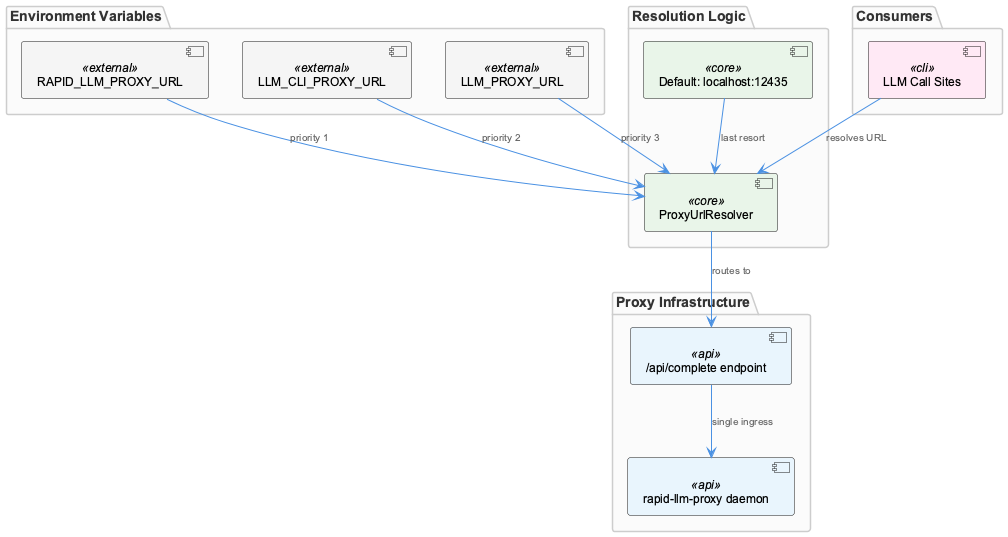
Above: knowledge-management/insights/images/proxy-url-resolver-architecture.png in fwornle/coding (PlantUML), before the change. Its diagram source:
```plantuml
@startuml
!include /Users/Q284340/Agentic/coding/docs/puml/_standard-style.puml

package "Environment Variables" {
  component "RAPID_LLM_PROXY_URL" as rapid <<external>>
  component "LLM_CLI_PROXY_URL" as cli <<external>>
  component "LLM_PROXY_URL" as legacy <<external>>
}

package "Resolution Logic" {
  component "ProxyUrlResolver" as resolver <<core>>
  component "Default: localhost:12435" as fallback <<core>>
}

package "Proxy Infrastructure" {
  component "rapid-llm-proxy daemon" as proxy <<api>>
  component "/api/complete endpoint" as endpoint <<api>>
}

package "Consumers" {
  component "LLM Call Sites" as callsites <<cli>>
}

rapid --> resolver : "priority 1"
cli --> resolver : "priority 2"
legacy --> resolver : "priority 3"
fallback --> resolver : "last resort"

resolver --> endpoint : "routes to"
endpoint --> proxy : "single ingress"
callsites --> resolver : "resolves URL"

@enduml
```
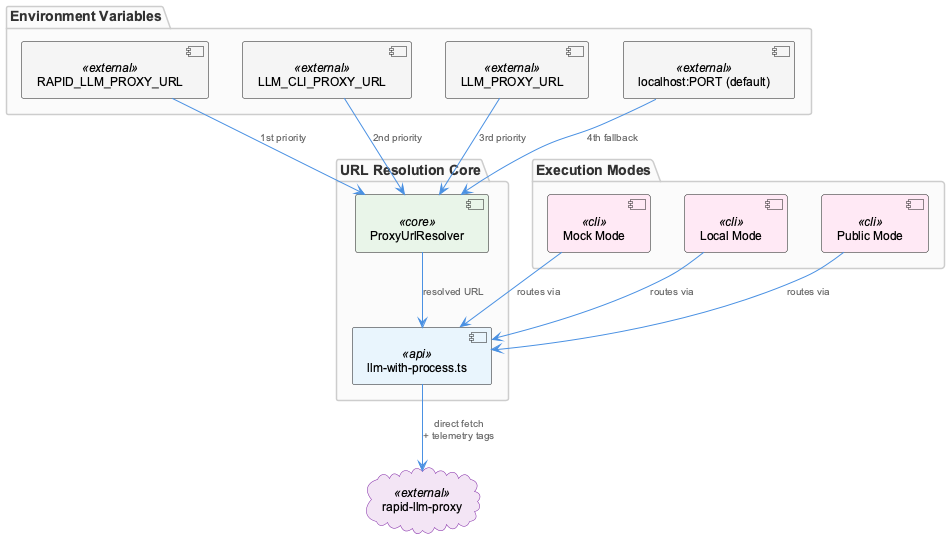
Above is the later version.

Diff of the diagram source:
```diff
@@ -4,30 +4,34 @@
 package "Environment Variables" {
   component "RAPID_LLM_PROXY_URL" as rapid <<external>>
   component "LLM_CLI_PROXY_URL" as cli <<external>>
-  component "LLM_PROXY_URL" as legacy <<external>>
+  component "LLM_PROXY_URL" as generic <<external>>
+  component "localhost:PORT (default)" as localport <<external>>
 }
 
-package "Resolution Logic" {
+package "URL Resolution Core" {
   component "ProxyUrlResolver" as resolver <<core>>
-  component "Default: localhost:12435" as fallback <<core>>
+  component "llm-with-process.ts" as lwp <<api>>
 }
 
-package "Proxy Infrastructure" {
-  component "rapid-llm-proxy daemon" as proxy <<api>>
-  component "/api/complete endpoint" as endpoint <<api>>
+package "Execution Modes" {
+  component "Mock Mode" as mock <<cli>>
+  component "Local Mode" as local <<cli>>
+  component "Public Mode" as public <<cli>>
 }
 
-package "Consumers" {
-  component "LLM Call Sites" as callsites <<cli>>
-}
+cloud "rapid-llm-proxy" as proxy <<external>>
 
-rapid --> resolver : "priority 1"
-cli --> resolver : "priority 2"
-legacy --> resolver : "priority 3"
-fallback --> resolver : "last resort"
+rapid --> resolver : "1st priority"
+cli --> resolver : "2nd priority"
+generic --> resolver : "3rd priority"
+localport --> resolver : "4th fallback"
 
-resolver --> endpoint : "routes to"
-endpoint --> proxy : "single ingress"
-callsites --> resolver : "resolves URL"
+resolver --> lwp : "resolved URL"
+
+lwp --> proxy : "direct fetch\n+ telemetry tags"
+
+mock --> lwp : "routes via"
+local --> lwp : "routes via"
+public --> lwp : "routes via"
 
 @enduml
```
